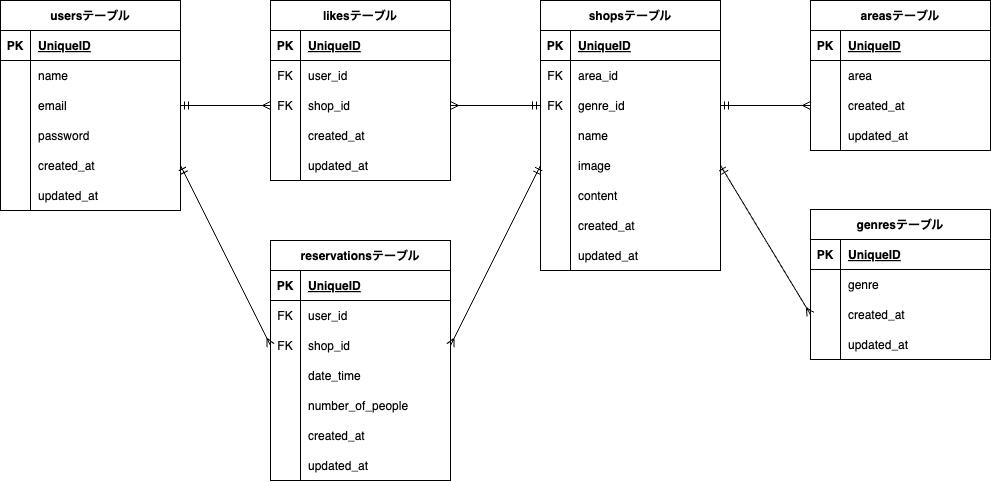
The draw.io diagram er.drawio.png in nanaka-miura/Restaurant-reservation-app, before a commit. Source tidied: cells renumbered, new cells last; positions are measured from the earlier drawing's top-left corner, leaving out a move shared by most shapes.
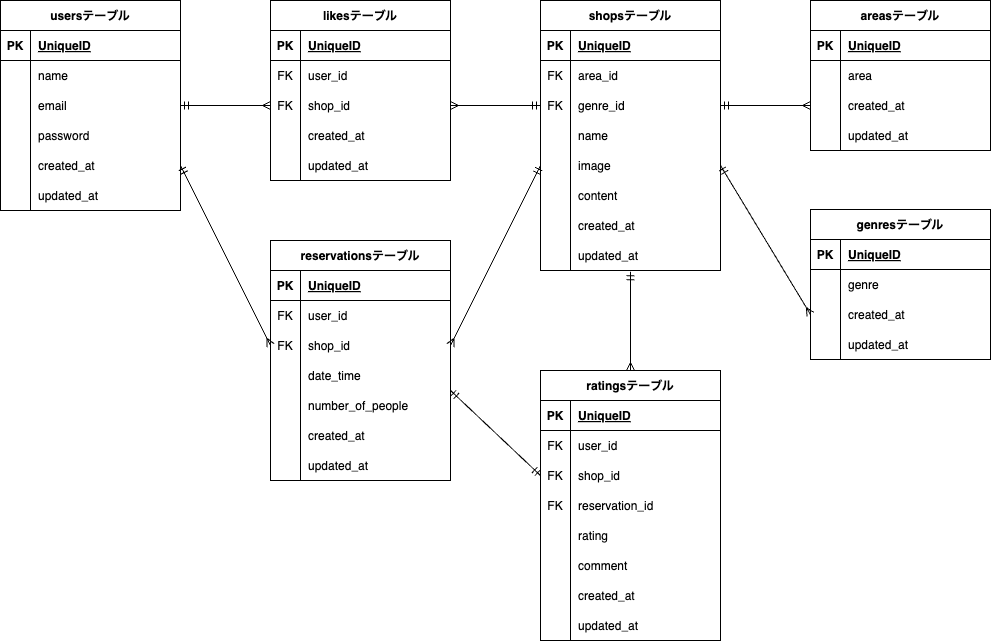
After the commit.

Change to the diagram source:
```diff
@@ -346,5 +346,86 @@
     <mxCell id="115" style="edgeStyle=none;html=1;exitX=0;exitY=0.5;exitDx=0;exitDy=0;entryX=1;entryY=0.5;entryDx=0;entryDy=0;endArrow=ERmandOne;endFill=0;startArrow=ERmany;startFill=0;" parent="1" edge="1" source="53" target="34">
       <mxGeometry relative="1" as="geometry" />
     </mxCell>
+    <mxCell id="116" style="edgeStyle=none;html=1;exitX=0.5;exitY=0;exitDx=0;exitDy=0;startArrow=ERmany;startFill=0;endArrow=ERmandOne;endFill=0;entryX=0.5;entryY=1.044;entryDx=0;entryDy=0;entryPerimeter=0;" parent="1" edge="1" source="117" target="43">
+      <mxGeometry relative="1" as="geometry" />
+    </mxCell>
+    <mxCell id="117" value="ratingsテーブル" style="shape=table;startSize=30;rowLines=0;fontStyle=1;align=center;" parent="1" vertex="1">
+      <mxGeometry x="540" y="370" width="180" height="270" as="geometry" />
+    </mxCell>
+    <mxCell id="118" style="shape=tableRow;horizontal=0;startSize=0;swimlaneHead=0;swimlaneBody=0;fillColor=none;top=0;left=0;right=0;bottom=1;" parent="117" vertex="1">
+      <mxGeometry y="30" width="180" height="30" as="geometry" />
+    </mxCell>
+    <mxCell id="119" value="PK" style="shape=partialRectangle;fillColor=none;top=0;left=0;bottom=0;right=0;fontStyle=1;overflow=hidden;" parent="118" vertex="1">
+      <mxGeometry width="30" height="30" as="geometry" />
+    </mxCell>
+    <mxCell id="120" value="UniqueID" style="shape=partialRectangle;fillColor=none;top=0;left=0;bottom=0;right=0;align=left;spacingLeft=6;fontStyle=5;overflow=hidden;" parent="118" vertex="1">
+      <mxGeometry x="30" width="150" height="30" as="geometry" />
+    </mxCell>
+    <mxCell id="121" style="shape=tableRow;horizontal=0;startSize=0;swimlaneHead=0;swimlaneBody=0;fillColor=none;top=0;left=0;right=0;bottom=0;" parent="117" vertex="1">
+      <mxGeometry y="60" width="180" height="30" as="geometry" />
+    </mxCell>
+    <mxCell id="122" value="FK" style="shape=partialRectangle;fillColor=none;top=0;left=0;bottom=0;right=0;overflow=hidden;" parent="121" vertex="1">
+      <mxGeometry width="30" height="30" as="geometry" />
+    </mxCell>
+    <mxCell id="123" value="user_id" style="shape=partialRectangle;fillColor=none;top=0;left=0;bottom=0;right=0;align=left;spacingLeft=6;overflow=hidden;" parent="121" vertex="1">
+      <mxGeometry x="30" width="150" height="30" as="geometry" />
+    </mxCell>
+    <mxCell id="124" style="shape=tableRow;horizontal=0;startSize=0;swimlaneHead=0;swimlaneBody=0;fillColor=none;points=[[0,0.5],[1,0.5]];portConstraint=eastwest;top=0;left=0;right=0;bottom=0;" parent="117" vertex="1">
+      <mxGeometry y="90" width="180" height="30" as="geometry" />
+    </mxCell>
+    <mxCell id="125" value="FK" style="shape=partialRectangle;fillColor=none;top=0;left=0;bottom=0;right=0;overflow=hidden;" parent="124" vertex="1">
+      <mxGeometry width="30" height="30" as="geometry" />
+    </mxCell>
+    <mxCell id="126" value="shop_id" style="shape=partialRectangle;fillColor=none;top=0;left=0;bottom=0;right=0;align=left;spacingLeft=6;overflow=hidden;" parent="124" vertex="1">
+      <mxGeometry x="30" width="150" height="30" as="geometry" />
+    </mxCell>
+    <mxCell id="127" style="shape=tableRow;horizontal=0;startSize=0;swimlaneHead=0;swimlaneBody=0;fillColor=none;top=0;left=0;right=0;bottom=0;" parent="117" vertex="1">
+      <mxGeometry y="120" width="180" height="30" as="geometry" />
+    </mxCell>
+    <mxCell id="128" value="FK" style="shape=partialRectangle;fillColor=none;top=0;left=0;bottom=0;right=0;overflow=hidden;" parent="127" vertex="1">
+      <mxGeometry width="30" height="30" as="geometry" />
+    </mxCell>
+    <mxCell id="129" value="reservation_id" style="shape=partialRectangle;fillColor=none;top=0;left=0;bottom=0;right=0;align=left;spacingLeft=6;overflow=hidden;" parent="127" vertex="1">
+      <mxGeometry x="30" width="150" height="30" as="geometry" />
+    </mxCell>
+    <mxCell id="130" style="shape=tableRow;horizontal=0;startSize=0;swimlaneHead=0;swimlaneBody=0;fillColor=none;top=0;left=0;right=0;bottom=0;" parent="117" vertex="1">
+      <mxGeometry y="150" width="180" height="30" as="geometry" />
+    </mxCell>
+    <mxCell id="131" style="shape=partialRectangle;fillColor=none;top=0;left=0;bottom=0;right=0;overflow=hidden;" parent="130" vertex="1">
+      <mxGeometry width="30" height="30" as="geometry" />
+    </mxCell>
+    <mxCell id="132" value="rating" style="shape=partialRectangle;fillColor=none;top=0;left=0;bottom=0;right=0;align=left;spacingLeft=6;overflow=hidden;" parent="130" vertex="1">
+      <mxGeometry x="30" width="150" height="30" as="geometry" />
+    </mxCell>
+    <mxCell id="133" style="shape=tableRow;horizontal=0;startSize=0;swimlaneHead=0;swimlaneBody=0;fillColor=none;top=0;left=0;right=0;bottom=0;" parent="117" vertex="1">
+      <mxGeometry y="180" width="180" height="30" as="geometry" />
+    </mxCell>
+    <mxCell id="134" style="shape=partialRectangle;fillColor=none;top=0;left=0;bottom=0;right=0;overflow=hidden;" parent="133" vertex="1">
+      <mxGeometry width="30" height="30" as="geometry" />
+    </mxCell>
+    <mxCell id="135" value="comment" style="shape=partialRectangle;fillColor=none;top=0;left=0;bottom=0;right=0;align=left;spacingLeft=6;overflow=hidden;" parent="133" vertex="1">
+      <mxGeometry x="30" width="150" height="30" as="geometry" />
+    </mxCell>
+    <mxCell id="136" style="shape=tableRow;horizontal=0;startSize=0;swimlaneHead=0;swimlaneBody=0;fillColor=none;top=0;left=0;right=0;bottom=0;" parent="117" vertex="1">
+      <mxGeometry y="210" width="180" height="30" as="geometry" />
+    </mxCell>
+    <mxCell id="137" style="shape=partialRectangle;fillColor=none;top=0;left=0;bottom=0;right=0;overflow=hidden;" parent="136" vertex="1">
+      <mxGeometry width="30" height="30" as="geometry" />
+    </mxCell>
+    <mxCell id="138" value="created_at" style="shape=partialRectangle;fillColor=none;top=0;left=0;bottom=0;right=0;align=left;spacingLeft=6;overflow=hidden;" parent="136" vertex="1">
+      <mxGeometry x="30" width="150" height="30" as="geometry" />
+    </mxCell>
+    <mxCell id="139" style="shape=tableRow;horizontal=0;startSize=0;swimlaneHead=0;swimlaneBody=0;fillColor=none;top=0;left=0;right=0;bottom=0;" parent="117" vertex="1">
+      <mxGeometry y="240" width="180" height="30" as="geometry" />
+    </mxCell>
+    <mxCell id="140" style="shape=partialRectangle;fillColor=none;top=0;left=0;bottom=0;right=0;overflow=hidden;" parent="139" vertex="1">
+      <mxGeometry width="30" height="30" as="geometry" />
+    </mxCell>
+    <mxCell id="141" value="updated_at" style="shape=partialRectangle;fillColor=none;top=0;left=0;bottom=0;right=0;align=left;spacingLeft=6;overflow=hidden;" parent="139" vertex="1">
+      <mxGeometry x="30" width="150" height="30" as="geometry" />
+    </mxCell>
+    <mxCell id="142" style="edgeStyle=none;html=1;exitX=0;exitY=0.5;exitDx=0;exitDy=0;entryX=1;entryY=0;entryDx=0;entryDy=0;entryPerimeter=0;startArrow=ERmandOne;startFill=0;endArrow=ERmandOne;endFill=0;" parent="1" edge="1" source="124" target="101">
+      <mxGeometry relative="1" as="geometry" />
+    </mxCell>
   </root>
 </mxGraphModel>
```
